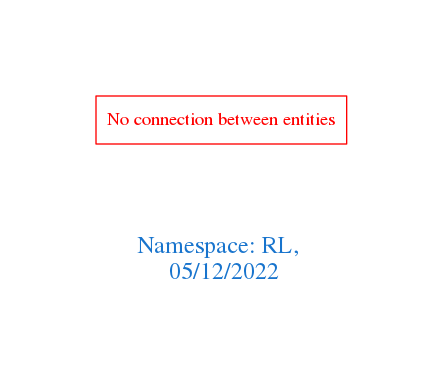
arago/OGIT keeps this Graphviz diagram as downloads/RL.png. Above is the earlier version. Its source is kept beside it as downloads/RL.dot.
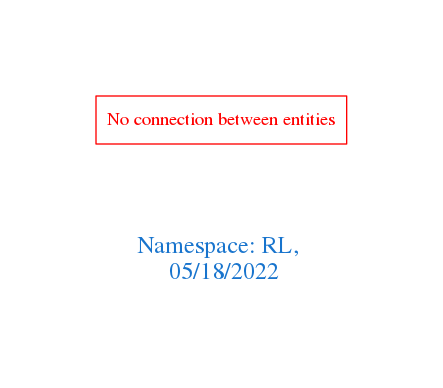
After the commit.

Diff of the diagram source:
```diff
@@ -1,7 +1,7 @@
 digraph OGIT_ontology {
  graph [ rankdir= LR,pad=1
 fontsize = 18,
-fontcolor= dodgerblue3,label = "\n\n\nNamespace: RL, \n 05/12/2022"];
+fontcolor= dodgerblue3,label = "\n\n\nNamespace: RL, \n 05/18/2022"];
 node[shape=polygon];
 edge [  color="gray81"];
 
```
